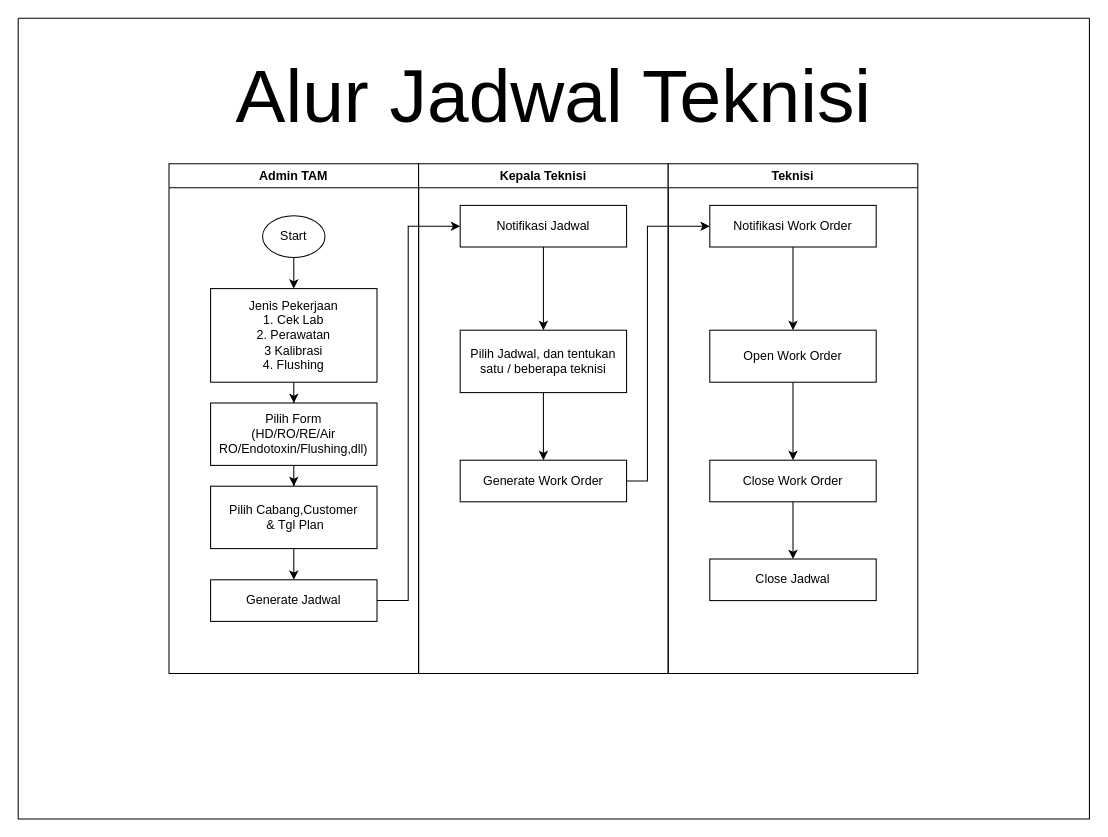
The draw.io diagram Jadwal Teknisi.drawio in k4ilham/Diagram, before the edit. Source tidied: cells renumbered, new cells numbered last; positions are measured from the earlier drawing's top-left corner, leaving out a move shared by most shapes. Both pictures are drawn from the tidied source at 104%, with x=0, y=0 at pixel (18, 18).
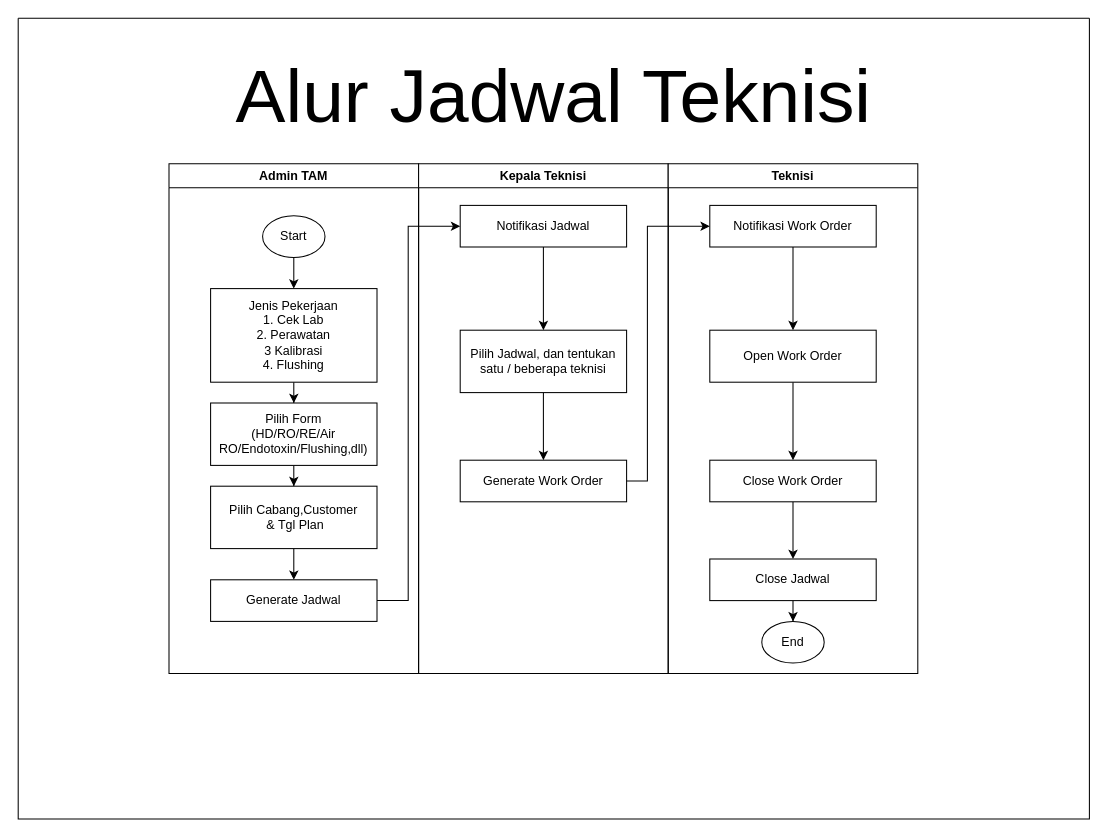
After the change.

Unchanged cells that the change refers to:
```xml
<mxCell id="19" value="Teknisi" style="swimlane;" parent="2" vertex="1">
  <mxGeometry x="625" y="140" width="240" height="490" as="geometry" />
</mxCell>
<mxCell id="26" value="Close Jadwal" style="rounded=0;whiteSpace=wrap;html=1;" parent="19" vertex="1">
  <mxGeometry x="40" y="380" width="160" height="40" as="geometry" />
</mxCell>
```

The edit, as a diff of the source:
```diff
@@
+    <mxCell id="30" style="edgeStyle=orthogonalEdgeStyle;rounded=0;jettySize=auto;html=1;fontSize=12;" parent="19" edge="1" source="26" target="31">
+      <mxGeometry relative="1" as="geometry" />
+    </mxCell>
@@
+    <mxCell id="31" value="End" style="ellipse;whiteSpace=wrap;html=1;" parent="19" vertex="1">
+      <mxGeometry x="90" y="440" width="60" height="40" as="geometry" />
+    </mxCell>
```
